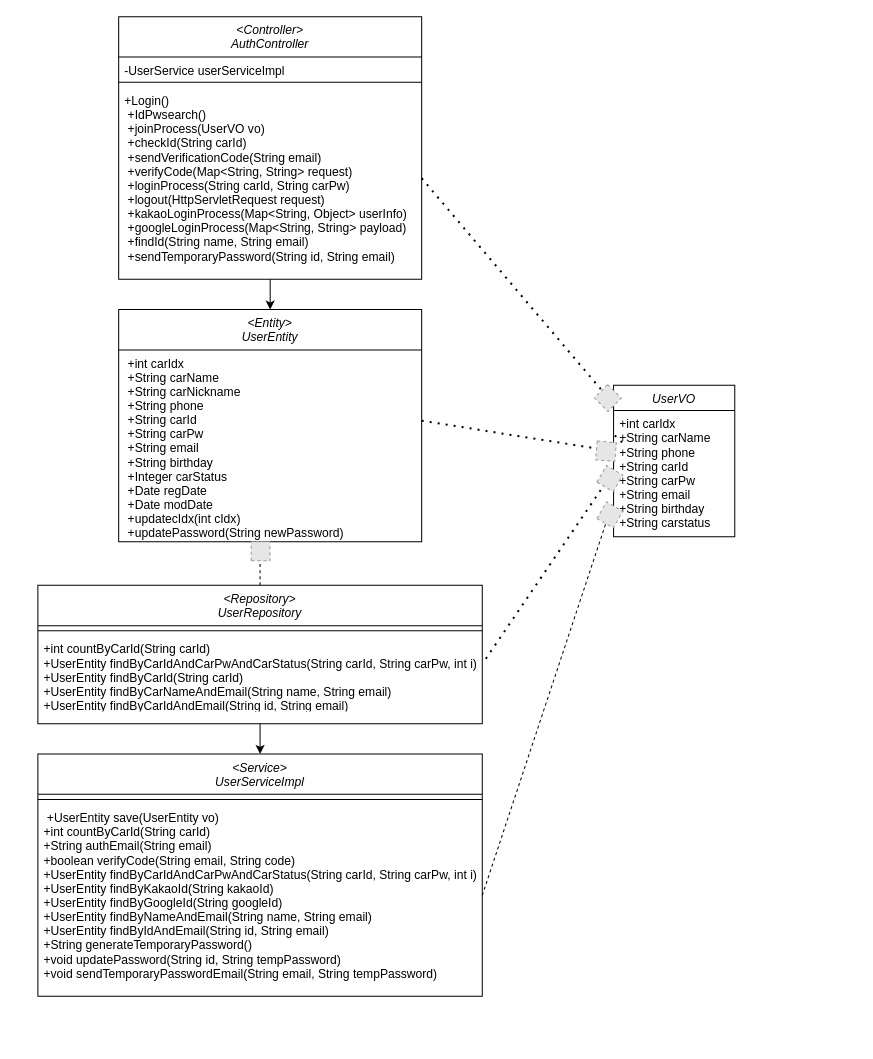
Before: 제목 없는 다이어그램.drawio in 2000soo/test1, a draw.io diagram. Source tidied: cells renumbered, new cells numbered last; positions are measured from the earlier drawing's top-left corner, leaving out a move shared by most shapes. Both pictures are drawn from the tidied source at 101%, with x=0, y=0 at pixel (37, 16). Pictures stored in the file or linked from it are replaced by grey dashed boxes.
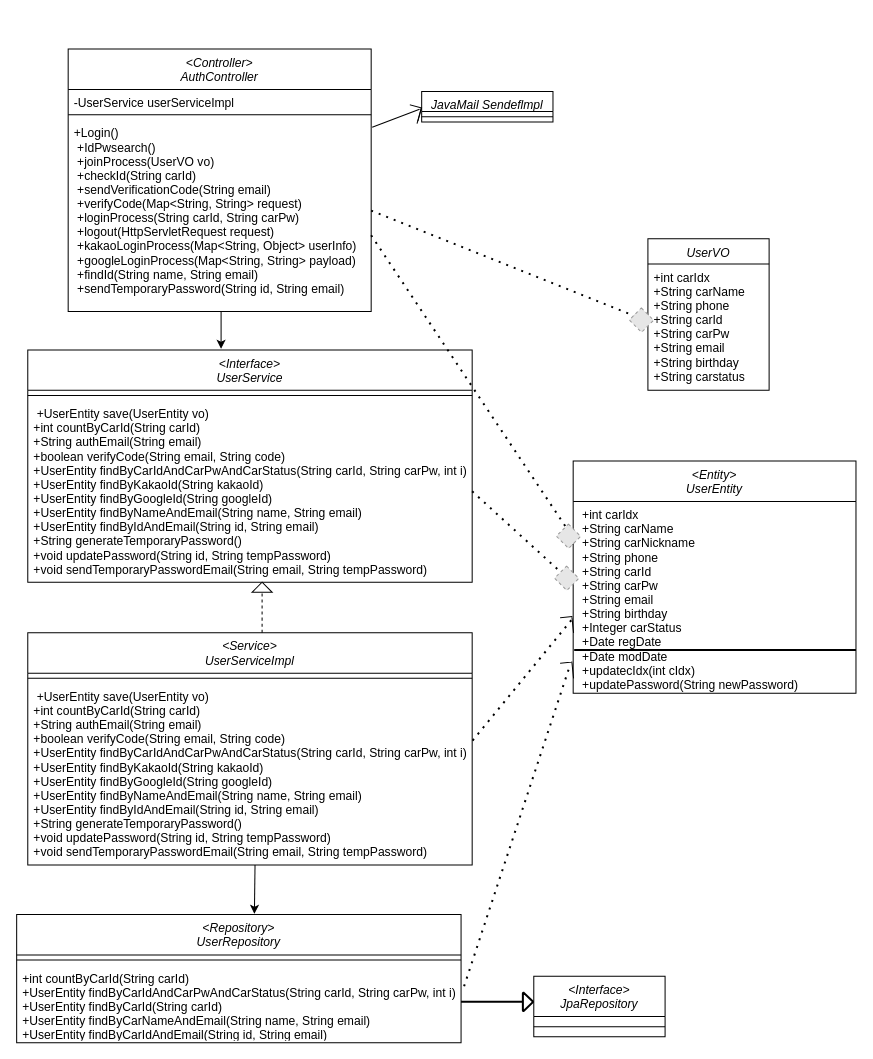
The same page after the edit.

Commit message:
제목 없는 다이어그램.drawio 업데이트

Unchanged cells that the change refers to:
```xml
<mxCell id="6" value="+Login()&#10; +IdPwsearch() &#10; +joinProcess(UserVO vo) &#10; +checkId(String carId) &#10; +sendVerificationCode(String email) &#10; +verifyCode(Map&lt;String, String&gt; request) &#10; +loginProcess(String carId, String carPw) &#10; +logout(HttpServletRequest request) &#10; +kakaoLoginProcess(Map&lt;String, Object&gt; userInfo) &#10; +googleLoginProcess(Map&lt;String, String&gt; payload) &#10; +findId(String name, String email) &#10; +sendTemporaryPassword(String id, String email)" style="text;align=left;verticalAlign=top;spacingLeft=4;spacingRight=4;overflow=hidden;points=[[0,0.5],[1,0.5]];portConstraint=eastwest;rounded=0;shadow=0;html=0;labelBackgroundColor=none;" parent="3" vertex="1">
  <mxGeometry y="70" width="300" height="180" as="geometry" />
</mxCell>
<mxCell id="11" value="+int countByCarId(String carId)&#10;        +UserEntity findByCarIdAndCarPwAndCarStatus(String carId, String carPw, int i)&#10;        +UserEntity findByCarId(String carId)&#10;        +UserEntity findByCarNameAndEmail(String name, String email)&#10;        +UserEntity findByCarIdAndEmail(String id, String email)" style="text;align=left;verticalAlign=top;spacingLeft=4;spacingRight=4;overflow=hidden;points=[[0,0.5],[1,0.5]];portConstraint=eastwest;rounded=0;shadow=0;html=0;labelBackgroundColor=none;" parent="9" vertex="1">
  <mxGeometry y="50" width="440" height="70" as="geometry" />
</mxCell>
<mxCell id="16" value="+int carIdx&#10;        +String carName&#10;        +String phone&#10;        +String carId&#10;        +String carPw&#10;        +String email&#10;        +String birthday&#10;        +String carstatus" style="text;align=left;verticalAlign=top;spacingLeft=4;spacingRight=4;overflow=hidden;points=[[0,0.5],[1,0.5]];portConstraint=eastwest;rounded=0;shadow=0;html=0;labelBackgroundColor=none;" parent="15" vertex="1">
  <mxGeometry y="25" width="120" height="120" as="geometry" />
</mxCell>
```

Change to the diagram source:
```diff
@@
-    <mxCell id="2" style="edgeStyle=orthogonalEdgeStyle;rounded=0;jettySize=auto;html=1;exitX=0.5;exitY=1;exitDx=0;exitDy=0;entryX=0.5;entryY=0;entryDx=0;entryDy=0;" parent="1" edge="1" source="3" target="7">
-      <mxGeometry relative="1" as="geometry" />
-    </mxCell>
     <mxCell id="3" value="&lt;Controller&gt;&#10;AuthController&#10;" style="swimlane;fontStyle=2;align=center;verticalAlign=top;horizontal=1;startSize=40;rounded=0;shadow=0;strokeWidth=1;labelBackgroundColor=none;" parent="1" vertex="1">
-      <mxGeometry x="80" width="300" height="260" as="geometry" />
+      <mxGeometry x="30" y="32" width="300" height="260" as="geometry" />
     </mxCell>
@@
-    <mxCell id="7" value="&lt;Entity&gt;&#10;UserEntity&#10;" style="swimlane;fontStyle=2;align=center;verticalAlign=top;horizontal=1;startSize=40;rounded=0;shadow=0;strokeWidth=1;labelBackgroundColor=none;" parent="1" vertex="1">
-      <mxGeometry x="80" y="290" width="300" height="230" as="geometry" />
-    </mxCell>
-    <mxCell id="8" value=" +int carIdx &#10; +String carName &#10; +String carNickname &#10; +String phone &#10; +String carId &#10; +String carPw &#10; +String email &#10; +String birthday &#10; +Integer carStatus &#10; +Date regDate &#10; +Date modDate &#10; +updatecIdx(int cIdx) &#10; +updatePassword(String newPassword)" style="text;align=left;verticalAlign=top;spacingLeft=4;spacingRight=4;overflow=hidden;points=[[0,0.5],[1,0.5]];portConstraint=eastwest;rounded=0;shadow=0;html=0;labelBackgroundColor=none;" parent="7" vertex="1">
-      <mxGeometry y="40" width="300" height="190" as="geometry" />
-    </mxCell>
     <mxCell id="9" value="&lt;Repository&gt;&#10;UserRepository" style="swimlane;fontStyle=2;align=center;verticalAlign=top;horizontal=1;startSize=40;rounded=0;shadow=0;strokeWidth=1;labelBackgroundColor=none;" parent="1" vertex="1">
-      <mxGeometry y="563" width="440" height="137" as="geometry" />
+      <mxGeometry x="-21" y="889" width="440" height="127" as="geometry" />
     </mxCell>
@@
+    <mxCell id="23" style="endArrow=none;dashed=1;html=1;dashPattern=1 3;strokeWidth=2;rounded=0;exitX=1;exitY=0.5;exitDx=0;exitDy=0;" parent="1" edge="1" source="6">
+      <mxGeometry relative="1" as="geometry">
+        <mxPoint x="600" y="300" as="targetPoint" />
+      </mxGeometry>
+    </mxCell>
+    <mxCell id="29" value="JavaMail Sendeflmpl" style="swimlane;fontStyle=2;align=center;verticalAlign=top;horizontal=1;startSize=20;rounded=0;shadow=0;strokeWidth=1;labelBackgroundColor=none;" parent="1" vertex="1">
+      <mxGeometry x="380" y="74" width="130" height="30.4" as="geometry" />
+    </mxCell>
+    <mxCell id="30" style="line;html=1;strokeWidth=1;align=left;verticalAlign=middle;spacingTop=-1;spacingLeft=3;spacingRight=3;labelPosition=right;labelBackgroundColor=none;" parent="29" vertex="1">
+      <mxGeometry y="20" width="130" height="10" as="geometry" />
+    </mxCell>
+    <mxCell id="7" value="&lt;Entity&gt;&#10;UserEntity&#10;" style="swimlane;fontStyle=2;align=center;verticalAlign=top;horizontal=1;startSize=40;rounded=0;shadow=0;strokeWidth=1;labelBackgroundColor=none;" parent="1" vertex="1">
+      <mxGeometry x="530" y="440" width="280" height="230" as="geometry" />
+    </mxCell>
+    <mxCell id="8" value=" +int carIdx &#10; +String carName &#10; +String carNickname &#10; +String phone &#10; +String carId &#10; +String carPw &#10; +String email &#10; +String birthday &#10; +Integer carStatus &#10; +Date regDate &#10; +Date modDate &#10; +updatecIdx(int cIdx) &#10; +updatePassword(String newPassword)" style="text;align=left;verticalAlign=top;spacingLeft=4;spacingRight=4;overflow=hidden;points=[[0,0.5],[1,0.5]];portConstraint=eastwest;rounded=0;shadow=0;html=0;labelBackgroundColor=none;" parent="7" vertex="1">
+      <mxGeometry y="40" width="280" height="190" as="geometry" />
+    </mxCell>
     <mxCell id="12" value="&lt;Service&gt;&#10;UserServiceImpl " style="swimlane;fontStyle=2;align=center;verticalAlign=top;horizontal=1;startSize=40;rounded=0;shadow=0;strokeWidth=1;labelBackgroundColor=none;" parent="1" vertex="1">
-      <mxGeometry y="730" width="440" height="240" as="geometry" />
+      <mxGeometry x="-10" y="610" width="440" height="230" as="geometry" />
     </mxCell>
-    <mxCell id="13" style="line;html=1;strokeWidth=1;align=left;verticalAlign=middle;spacingTop=-1;spacingLeft=3;spacingRight=3;labelPosition=right;labelBackgroundColor=none;" parent="12" vertex="1">
-      <mxGeometry y="40" width="440" height="10" as="geometry" />
-    </mxCell>
-    <mxCell id="14" value=" +UserEntity save(UserEntity vo)&#10;        +int countByCarId(String carId)&#10;        +String authEmail(String email)&#10;        +boolean verifyCode(String email, String code)&#10;        +UserEntity findByCarIdAndCarPwAndCarStatus(String carId, String carPw, int i)&#10;        +UserEntity findByKakaoId(String kakaoId)&#10;        +UserEntity findByGoogleId(String googleId)&#10;        +UserEntity findByNameAndEmail(String name, String email)&#10;        +UserEntity findByIdAndEmail(String id, String email)&#10;        +String generateTemporaryPassword()&#10;        +void updatePassword(String id, String tempPassword)&#10;        +void sendTemporaryPasswordEmail(String email, String tempPassword)" style="text;align=left;verticalAlign=top;spacingLeft=4;spacingRight=4;overflow=hidden;points=[[0,0.5],[1,0.5]];portConstraint=eastwest;rounded=0;shadow=0;html=0;labelBackgroundColor=none;" parent="12" vertex="1">
-      <mxGeometry y="50" width="440" height="180" as="geometry" />
-    </mxCell>
+    <mxCell id="31" style="line;html=1;strokeWidth=1;align=left;verticalAlign=middle;spacingTop=-1;spacingLeft=3;spacingRight=3;labelPosition=right;labelBackgroundColor=none;" parent="12" vertex="1">
+      <mxGeometry y="40" width="440" height="10" as="geometry" />
+    </mxCell>
+    <mxCell id="32" value=" +UserEntity save(UserEntity vo)&#10;        +int countByCarId(String carId)&#10;        +String authEmail(String email)&#10;        +boolean verifyCode(String email, String code)&#10;        +UserEntity findByCarIdAndCarPwAndCarStatus(String carId, String carPw, int i)&#10;        +UserEntity findByKakaoId(String kakaoId)&#10;        +UserEntity findByGoogleId(String googleId)&#10;        +UserEntity findByNameAndEmail(String name, String email)&#10;        +UserEntity findByIdAndEmail(String id, String email)&#10;        +String generateTemporaryPassword()&#10;        +void updatePassword(String id, String tempPassword)&#10;        +void sendTemporaryPasswordEmail(String email, String tempPassword)" style="text;align=left;verticalAlign=top;spacingLeft=4;spacingRight=4;overflow=hidden;points=[[0,0.5],[1,0.5]];portConstraint=eastwest;rounded=0;shadow=0;html=0;labelBackgroundColor=none;" parent="12" vertex="1">
+      <mxGeometry y="50" width="440" height="180" as="geometry" />
+    </mxCell>
     <mxCell id="15" value="UserVO " style="swimlane;fontStyle=2;align=center;verticalAlign=top;horizontal=1;startSize=25;rounded=0;shadow=0;strokeWidth=1;labelBackgroundColor=none;" parent="1" vertex="1">
-      <mxGeometry x="570" y="365" width="120" height="150" as="geometry" />
+      <mxGeometry x="604" y="220" width="120" height="150" as="geometry" />
     </mxCell>
@@
-    <mxCell id="17" style="endArrow=none;dashed=1;html=1;dashPattern=1 3;strokeWidth=2;rounded=0;entryX=-0.016;entryY=0.181;entryDx=0;entryDy=0;exitX=1;exitY=0.5;exitDx=0;exitDy=0;entryPerimeter=0;" parent="1" edge="1" target="16">
-      <mxGeometry relative="1" as="geometry">
-        <mxPoint x="578.5" y="421.5" as="sourcePoint" />
-      </mxGeometry>
-    </mxCell>
-    <mxCell id="18" style="endArrow=none;dashed=1;html=1;dashPattern=1 3;strokeWidth=2;rounded=0;entryX=0.002;entryY=0.336;entryDx=0;entryDy=0;entryPerimeter=0;" parent="1" edge="1" target="16">
-      <mxGeometry relative="1" as="geometry">
-        <mxPoint x="380" y="400" as="sourcePoint" />
-      </mxGeometry>
-    </mxCell>
-    <mxCell id="19" style="endArrow=none;dashed=1;html=1;dashPattern=1 3;strokeWidth=2;rounded=0;entryX=0;entryY=0.5;entryDx=0;entryDy=0;exitX=1.008;exitY=0.324;exitDx=0;exitDy=0;exitPerimeter=0;" parent="1" edge="1" source="11" target="16">
-      <mxGeometry relative="1" as="geometry" />
-    </mxCell>
-    <mxCell id="20" style="endArrow=none;dashed=1;html=1;rounded=0;entryX=-0.028;entryY=0.823;entryDx=0;entryDy=0;entryPerimeter=0;exitX=1;exitY=0.5;exitDx=0;exitDy=0;" parent="1" edge="1" source="14" target="16">
-      <mxGeometry relative="1" as="geometry" />
-    </mxCell>
-    <mxCell id="21" style="endArrow=none;dashed=1;html=1;rounded=0;entryX=0.5;entryY=0;entryDx=0;entryDy=0;" parent="1" edge="1" target="9">
-      <mxGeometry relative="1" as="geometry">
-        <mxPoint x="220" y="530" as="sourcePoint" />
-      </mxGeometry>
-    </mxCell>
-    <mxCell id="22" style="endArrow=classic;html=1;rounded=0;exitX=0.5;exitY=1;exitDx=0;exitDy=0;entryX=0.5;entryY=0;entryDx=0;entryDy=0;" parent="1" edge="1" source="9" target="12">
-      <mxGeometry relative="1" as="geometry" />
-    </mxCell>
-    <mxCell id="23" style="endArrow=none;dashed=1;html=1;dashPattern=1 3;strokeWidth=2;rounded=0;entryX=-0.016;entryY=0.181;entryDx=0;entryDy=0;exitX=1;exitY=0.5;exitDx=0;exitDy=0;entryPerimeter=0;" parent="1" edge="1" source="6">
-      <mxGeometry relative="1" as="geometry">
-        <mxPoint x="568.9" y="382.4" as="targetPoint" />
-      </mxGeometry>
-    </mxCell>
+    <mxCell id="33" style="endArrow=none;dashed=1;html=1;dashPattern=1 3;strokeWidth=2;rounded=0;exitX=1;exitY=0.636;exitDx=0;exitDy=0;entryX=-0.015;entryY=0.222;entryDx=0;entryDy=0;entryPerimeter=0;exitPerimeter=0;" parent="1" edge="1" source="24" target="8">
+      <mxGeometry relative="1" as="geometry" />
+    </mxCell>
+    <mxCell id="34" style="endArrow=none;dashed=1;html=1;dashPattern=1 3;strokeWidth=2;rounded=0;exitX=1.001;exitY=0.315;exitDx=0;exitDy=0;entryX=0.002;entryY=0.603;entryDx=0;entryDy=0;entryPerimeter=0;exitPerimeter=0;" parent="1" edge="1" source="32" target="8">
+      <mxGeometry relative="1" as="geometry" />
+    </mxCell>
+    <mxCell id="35" style="endArrow=none;html=1;rounded=0;exitX=0.86;exitY=-0.013;exitDx=0;exitDy=0;exitPerimeter=0;" parent="1" edge="1" source="51">
+      <mxGeometry relative="1" as="geometry">
+        <mxPoint x="380" y="90" as="targetPoint" />
+      </mxGeometry>
+    </mxCell>
+    <mxCell id="36" style="endArrow=none;dashed=1;html=1;dashPattern=1 3;strokeWidth=2;rounded=0;exitX=1;exitY=0.5;exitDx=0;exitDy=0;entryX=-0.007;entryY=0.418;entryDx=0;entryDy=0;entryPerimeter=0;" parent="1" edge="1" source="39" target="8">
+      <mxGeometry relative="1" as="geometry" />
+    </mxCell>
+    <mxCell id="37" value="&lt;Interface&gt;&#10;UserService" style="swimlane;fontStyle=2;align=center;verticalAlign=top;horizontal=1;startSize=40;rounded=0;shadow=0;strokeWidth=1;labelBackgroundColor=none;" parent="1" vertex="1">
+      <mxGeometry x="-10" y="330" width="440" height="230" as="geometry" />
+    </mxCell>
+    <mxCell id="38" style="line;html=1;strokeWidth=1;align=left;verticalAlign=middle;spacingTop=-1;spacingLeft=3;spacingRight=3;labelPosition=right;labelBackgroundColor=none;" parent="37" vertex="1">
+      <mxGeometry y="40" width="440" height="10" as="geometry" />
+    </mxCell>
+    <mxCell id="39" value=" +UserEntity save(UserEntity vo)&#10;        +int countByCarId(String carId)&#10;        +String authEmail(String email)&#10;        +boolean verifyCode(String email, String code)&#10;        +UserEntity findByCarIdAndCarPwAndCarStatus(String carId, String carPw, int i)&#10;        +UserEntity findByKakaoId(String kakaoId)&#10;        +UserEntity findByGoogleId(String googleId)&#10;        +UserEntity findByNameAndEmail(String name, String email)&#10;        +UserEntity findByIdAndEmail(String id, String email)&#10;        +String generateTemporaryPassword()&#10;        +void updatePassword(String id, String tempPassword)&#10;        +void sendTemporaryPasswordEmail(String email, String tempPassword)" style="text;align=left;verticalAlign=top;spacingLeft=4;spacingRight=4;overflow=hidden;points=[[0,0.5],[1,0.5]];portConstraint=eastwest;rounded=0;shadow=0;html=0;labelBackgroundColor=none;" parent="37" vertex="1">
+      <mxGeometry y="50" width="440" height="180" as="geometry" />
+    </mxCell>
+    <mxCell id="40" style="endArrow=none;dashed=1;html=1;dashPattern=1 3;strokeWidth=2;rounded=0;entryX=-0.012;entryY=0.857;entryDx=0;entryDy=0;entryPerimeter=0;" parent="1" edge="1" target="8">
+      <mxGeometry relative="1" as="geometry">
+        <mxPoint x="422" y="960" as="sourcePoint" />
+      </mxGeometry>
+    </mxCell>
+    <mxCell id="41" style="endArrow=none;dashed=1;html=1;dashPattern=1 3;strokeWidth=2;rounded=0;exitX=1;exitY=0.636;exitDx=0;exitDy=0;entryX=-0.015;entryY=0.222;entryDx=0;entryDy=0;entryPerimeter=0;exitPerimeter=0;" parent="1" edge="1" source="6" target="24">
+      <mxGeometry relative="1" as="geometry" />
+    </mxCell>
     <mxCell id="24" style="fillColor=#E6E6E6;strokeColor=#999999;dashed=1;verticalLabelPosition=bottom;labelBackgroundColor=default;verticalAlign=top;rotation=45;" parent="1" vertex="1">
-      <mxGeometry x="554.8" y="368.3" width="19" height="18.6" as="geometry" />
+      <mxGeometry x="516.8" y="506" width="17.2" height="16.9" as="geometry" />
     </mxCell>
-    <mxCell id="25" style="fillColor=#E6E6E6;strokeColor=#999999;dashed=1;verticalLabelPosition=bottom;labelBackgroundColor=default;verticalAlign=top;rotation=5;" parent="1" vertex="1">
-      <mxGeometry x="553" y="421" width="19" height="18.6" as="geometry" />
-    </mxCell>
-    <mxCell id="26" style="fillColor=#E6E6E6;strokeColor=#999999;dashed=1;verticalLabelPosition=bottom;labelBackgroundColor=default;verticalAlign=top;rotation=-60;" parent="1" vertex="1">
-      <mxGeometry x="556.8" y="448" width="19" height="18.6" as="geometry" />
-    </mxCell>
-    <mxCell id="27" style="fillColor=#E6E6E6;strokeColor=#999999;dashed=1;verticalLabelPosition=bottom;labelBackgroundColor=default;verticalAlign=top;rotation=-60;" parent="1" vertex="1">
-      <mxGeometry x="556.8" y="484" width="19" height="18.6" as="geometry" />
-    </mxCell>
-    <mxCell id="28" style="fillColor=#E6E6E6;strokeColor=#999999;dashed=1;verticalLabelPosition=bottom;labelBackgroundColor=default;verticalAlign=top;rotation=-90;" parent="1" vertex="1">
-      <mxGeometry x="211" y="520" width="19" height="18.6" as="geometry" />
-    </mxCell>
+    <mxCell id="42" style="fillColor=#E6E6E6;strokeColor=#999999;dashed=1;verticalLabelPosition=bottom;labelBackgroundColor=default;verticalAlign=top;rotation=45;" parent="1" vertex="1">
+      <mxGeometry x="515" y="547.6" width="17.2" height="16.9" as="geometry" />
+    </mxCell>
+    <mxCell id="43" style="shape=partialRectangle;whiteSpace=wrap;html=1;bottom=0;right=0;fillColor=none;rotation=84;" parent="1" vertex="1">
+      <mxGeometry x="516.1" y="596.8" width="15.7" height="11.2" as="geometry" />
+    </mxCell>
+    <mxCell id="44" style="shape=partialRectangle;whiteSpace=wrap;html=1;bottom=0;right=0;fillColor=none;rotation=84;" parent="1" vertex="1">
+      <mxGeometry x="516.1" y="641.8" width="15.7" height="11.2" as="geometry" />
+    </mxCell>
+    <mxCell id="45" style="fillColor=#E6E6E6;strokeColor=#999999;dashed=1;verticalLabelPosition=bottom;labelBackgroundColor=default;verticalAlign=top;rotation=45;" parent="1" vertex="1">
+      <mxGeometry x="589" y="292" width="17.2" height="16.9" as="geometry" />
+    </mxCell>
+    <mxCell id="46" style="edgeStyle=orthogonalEdgeStyle;rounded=0;jettySize=auto;html=1;exitX=0.5;exitY=1;exitDx=0;exitDy=0;entryX=0.435;entryY=-0.005;entryDx=0;entryDy=0;entryPerimeter=0;" parent="1" edge="1" source="3" target="37">
+      <mxGeometry relative="1" as="geometry" />
+    </mxCell>
+    <mxCell id="47" style="triangle;whiteSpace=wrap;html=1;rotation=-90;" parent="1" vertex="1">
+      <mxGeometry x="217" y="555" width="10" height="20" as="geometry" />
+    </mxCell>
+    <mxCell id="48" style="endArrow=none;dashed=1;html=1;rounded=0;" parent="1" edge="1">
+      <mxGeometry relative="1" as="geometry">
+        <mxPoint x="222" y="610" as="sourcePoint" />
+        <mxPoint x="222" y="569.1" as="targetPoint" />
+      </mxGeometry>
+    </mxCell>
+    <mxCell id="49" style="endArrow=classic;html=1;rounded=0;entryX=0.535;entryY=-0.006;entryDx=0;entryDy=0;entryPerimeter=0;" parent="1" edge="1" target="9">
+      <mxGeometry relative="1" as="geometry">
+        <mxPoint x="215" y="840" as="sourcePoint" />
+      </mxGeometry>
+    </mxCell>
+    <mxCell id="50" style="endArrow=none;html=1;rounded=0;exitX=0.86;exitY=-0.013;exitDx=0;exitDy=0;exitPerimeter=0;entryX=0;entryY=0.25;entryDx=0;entryDy=0;" parent="1" edge="1">
+      <mxGeometry relative="1" as="geometry">
+        <mxPoint x="331" y="109.4" as="sourcePoint" />
+        <mxPoint x="377.9" y="91.6" as="targetPoint" />
+      </mxGeometry>
+    </mxCell>
+    <mxCell id="51" style="shape=partialRectangle;whiteSpace=wrap;html=1;bottom=0;right=0;fillColor=none;rotation=105;" parent="1" vertex="1">
+      <mxGeometry x="364.3" y="90.8" width="15.7" height="11.2" as="geometry" />
+    </mxCell>
+    <mxCell id="52" value="&lt;Interface&gt;&#10;JpaRepository" style="swimlane;fontStyle=2;align=center;verticalAlign=top;horizontal=1;startSize=40;rounded=0;shadow=0;strokeWidth=1;labelBackgroundColor=none;" parent="1" vertex="1">
+      <mxGeometry x="491" y="950" width="130" height="60" as="geometry" />
+    </mxCell>
+    <mxCell id="53" style="line;html=1;strokeWidth=1;align=left;verticalAlign=middle;spacingTop=-1;spacingLeft=3;spacingRight=3;labelPosition=right;labelBackgroundColor=none;" parent="52" vertex="1">
+      <mxGeometry y="40" width="130" height="20" as="geometry" />
+    </mxCell>
+    <mxCell id="54" style="strokeWidth=2;html=1;shape=mxgraph.flowchart.merge_or_storage;whiteSpace=wrap;rotation=-90;" parent="1" vertex="1">
+      <mxGeometry x="476.1" y="970.4" width="18.2" height="10" as="geometry" />
+    </mxCell>
+    <mxCell id="55" style="line;strokeWidth=2;html=1;" parent="1" vertex="1">
+      <mxGeometry x="419" y="970.4" width="61" height="10" as="geometry" />
+    </mxCell>
+    <mxCell id="56" style="line;strokeWidth=2;html=1;" parent="1" vertex="1">
+      <mxGeometry x="531" y="622" width="279" height="10" as="geometry" />
+    </mxCell>
```
